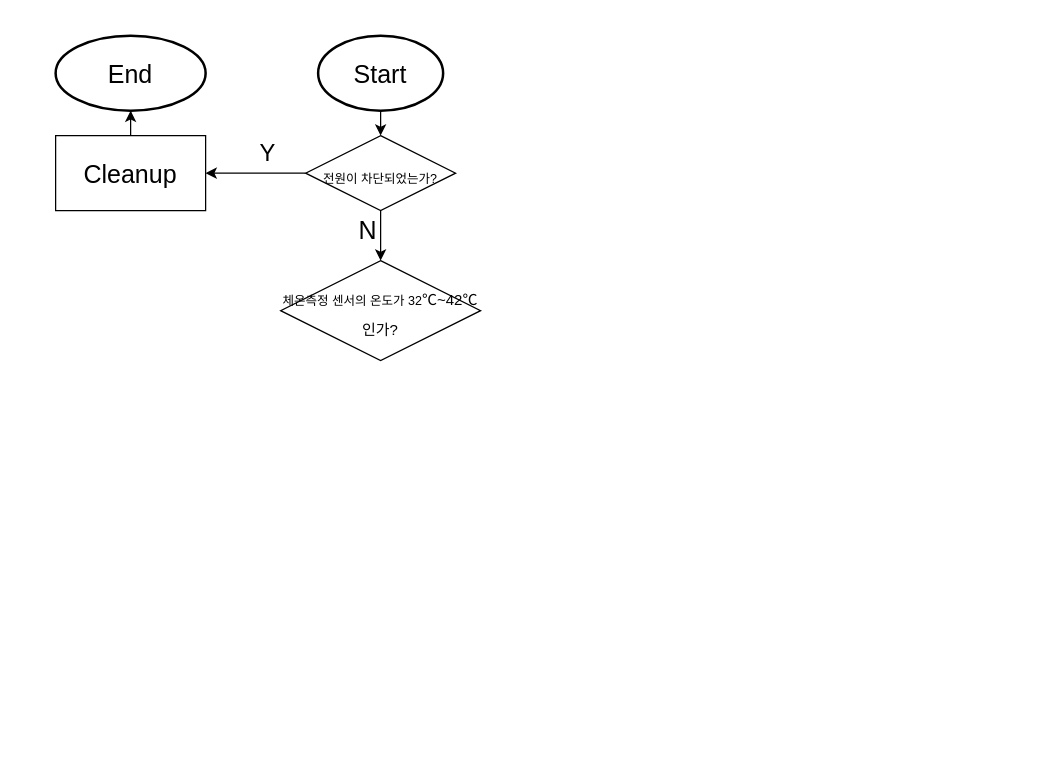
The draw.io diagram Untitled Diagram.drawio in mathjuny/mathjuny, before the edit. Source tidied: cells renumbered, new cells numbered last; positions are measured from the earlier drawing's top-left corner, leaving out a move shared by most shapes. Both pictures are drawn from the tidied source at 125%, with x=0, y=0 at pixel (55, 35).
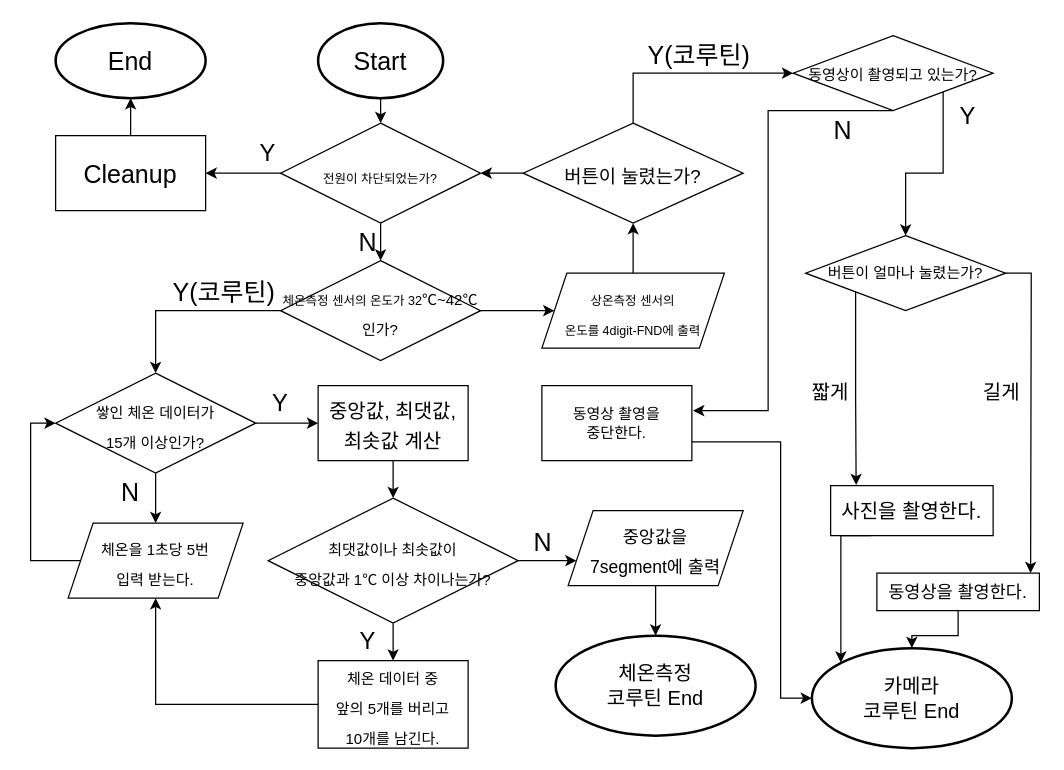
The same diagram, later.

Unchanged cells that the change refers to:
```xml
<mxCell id="11" value="&lt;font size=&quot;1&quot;&gt;체온측정 센서의 온도가 32&lt;/font&gt;&lt;span style=&quot;font-size: 12px&quot;&gt;℃~42&lt;/span&gt;&lt;span style=&quot;font-size: 12px&quot;&gt;℃인가?&lt;/span&gt;" style="rhombus;whiteSpace=wrap;html=1;fontSize=20;" parent="1" vertex="1">
  <mxGeometry x="180" y="180" width="160" height="80" as="geometry" />
</mxCell>
```

Diff of the diagram source:
```diff
@@
     <mxCell id="2" value="&lt;font style=&quot;font-size: 20px&quot;&gt;Start&lt;/font&gt;" style="strokeWidth=2;html=1;shape=mxgraph.flowchart.start_1;whiteSpace=wrap;" parent="1" vertex="1">
-      <mxGeometry x="210" width="100" height="60" as="geometry" />
+      <mxGeometry x="210" y="-10" width="100" height="60" as="geometry" />
     </mxCell>
@@
     <mxCell id="6" value="&lt;font size=&quot;1&quot;&gt;전원이 차단되었는가?&lt;/font&gt;" style="rhombus;whiteSpace=wrap;html=1;fontSize=20;" parent="1" vertex="1">
-      <mxGeometry x="200" y="80" width="120" height="60" as="geometry" />
+      <mxGeometry x="180" y="70" width="160" height="80" as="geometry" />
     </mxCell>
@@
     <mxCell id="10" value="&lt;font style=&quot;font-size: 20px&quot;&gt;End&lt;/font&gt;" style="strokeWidth=2;html=1;shape=mxgraph.flowchart.start_1;whiteSpace=wrap;" parent="1" vertex="1">
-      <mxGeometry width="120" height="60" as="geometry" />
+      <mxGeometry y="-10" width="120" height="60" as="geometry" />
     </mxCell>
+    <mxCell id="13" style="edgeStyle=orthogonalEdgeStyle;rounded=0;jettySize=auto;html=1;fontSize=20;fontColor=#000000;" parent="1" edge="1" source="11" target="16">
+      <mxGeometry relative="1" as="geometry" />
+    </mxCell>
+    <mxCell id="14" style="edgeStyle=orthogonalEdgeStyle;rounded=0;jumpStyle=none;jettySize=auto;html=1;fontSize=20;fontColor=#000000;" parent="1" edge="1" source="11" target="20">
+      <mxGeometry relative="1" as="geometry" />
+    </mxCell>
@@
     <mxCell id="12" value="&lt;font style=&quot;font-size: 20px&quot;&gt;N&lt;/font&gt;" style="text;html=1;strokeColor=none;fillColor=none;align=center;verticalAlign=middle;whiteSpace=wrap;rounded=0;labelBackgroundColor=none;fontSize=12;fontColor=#000000;" parent="1" vertex="1">
-      <mxGeometry x="220" y="140" width="60" height="30" as="geometry" />
+      <mxGeometry x="220" y="150" width="60" height="30" as="geometry" />
     </mxCell>
+    <mxCell id="15" style="edgeStyle=orthogonalEdgeStyle;rounded=0;jumpStyle=none;jettySize=auto;html=1;fontSize=12;fontColor=#000000;" parent="1" edge="1" source="16" target="39">
+      <mxGeometry relative="1" as="geometry" />
+    </mxCell>
+    <mxCell id="16" value="&lt;font style=&quot;font-size: 10px&quot;&gt;상온측정 센서의&lt;br&gt;온도를 4digit-FND에 출력&lt;br&gt;&lt;/font&gt;" style="shape=parallelogram;perimeter=parallelogramPerimeter;whiteSpace=wrap;html=1;fixedSize=1;fontSize=20;" parent="1" vertex="1">
+      <mxGeometry x="389" y="190" width="146" height="60" as="geometry" />
+    </mxCell>
+    <mxCell id="17" value="Y(코루틴)" style="text;html=1;strokeColor=none;fillColor=none;align=center;verticalAlign=middle;whiteSpace=wrap;rounded=0;labelBackgroundColor=none;fontSize=20;fontColor=#000000;" parent="1" vertex="1">
+      <mxGeometry x="80" y="190" width="110" height="30" as="geometry" />
+    </mxCell>
+    <mxCell id="18" style="edgeStyle=orthogonalEdgeStyle;rounded=0;jumpStyle=none;jettySize=auto;html=1;fontSize=12;fontColor=#000000;" parent="1" edge="1" source="20" target="22">
+      <mxGeometry relative="1" as="geometry" />
+    </mxCell>
+    <mxCell id="19" style="edgeStyle=orthogonalEdgeStyle;rounded=0;jumpStyle=none;jettySize=auto;html=1;fontSize=16;fontColor=#000000;" parent="1" edge="1" source="20" target="32">
+      <mxGeometry relative="1" as="geometry" />
+    </mxCell>
+    <mxCell id="20" value="&lt;span style=&quot;font-size: 12px&quot;&gt;쌓인 체온 데이터가&lt;br&gt;15개 이상인가?&lt;/span&gt;" style="rhombus;whiteSpace=wrap;html=1;fontSize=20;" parent="1" vertex="1">
+      <mxGeometry y="270" width="160" height="80" as="geometry" />
+    </mxCell>
+    <mxCell id="21" style="edgeStyle=orthogonalEdgeStyle;rounded=0;jumpStyle=none;jettySize=auto;html=1;fontSize=16;fontColor=#000000;" parent="1" edge="1" source="22" target="26">
+      <mxGeometry relative="1" as="geometry" />
+    </mxCell>
+    <mxCell id="22" value="&lt;font style=&quot;font-size: 16px&quot;&gt;중앙값, 최댓값, 최솟값 계산&lt;/font&gt;" style="whiteSpace=wrap;html=1;fontSize=20;" parent="1" vertex="1">
+      <mxGeometry x="210" y="280" width="120" height="60" as="geometry" />
+    </mxCell>
+    <mxCell id="23" value="Y" style="text;html=1;strokeColor=none;fillColor=none;align=center;verticalAlign=middle;whiteSpace=wrap;rounded=0;fontSize=19;" parent="1" vertex="1">
+      <mxGeometry x="150" y="280" width="60" height="30" as="geometry" />
+    </mxCell>
+    <mxCell id="24" style="edgeStyle=orthogonalEdgeStyle;rounded=0;jumpStyle=none;jettySize=auto;html=1;fontSize=12;fontColor=#000000;" parent="1" edge="1" source="26" target="28">
+      <mxGeometry relative="1" as="geometry">
+        <Array as="points">
+          <mxPoint x="410" y="420" />
+          <mxPoint x="410" y="420" />
+        </Array>
+      </mxGeometry>
+    </mxCell>
+    <mxCell id="25" style="edgeStyle=orthogonalEdgeStyle;rounded=0;jumpStyle=none;jettySize=auto;html=1;fontSize=12;fontColor=#000000;" parent="1" edge="1" source="26" target="35">
+      <mxGeometry relative="1" as="geometry">
+        <Array as="points">
+          <mxPoint x="270" y="490" />
+        </Array>
+      </mxGeometry>
+    </mxCell>
+    <mxCell id="26" value="&lt;font style=&quot;font-size: 12px&quot;&gt;최댓값이나 최솟값이&lt;br&gt;중앙값과 1℃ 이상 차이나는가?&lt;/font&gt;&lt;span style=&quot;font-size: 12px&quot;&gt;&lt;br&gt;&lt;/span&gt;" style="rhombus;whiteSpace=wrap;html=1;fontSize=20;" parent="1" vertex="1">
+      <mxGeometry x="170" y="370" width="200" height="100" as="geometry" />
+    </mxCell>
+    <mxCell id="27" style="edgeStyle=orthogonalEdgeStyle;rounded=0;jumpStyle=none;jettySize=auto;html=1;fontSize=14;fontColor=#000000;" parent="1" edge="1" source="28" target="30">
+      <mxGeometry relative="1" as="geometry">
+        <Array as="points">
+          <mxPoint x="480" y="470" />
+          <mxPoint x="480" y="470" />
+        </Array>
+      </mxGeometry>
+    </mxCell>
+    <mxCell id="28" value="&lt;font style=&quot;font-size: 14px&quot;&gt;중앙값을&lt;br&gt;7segment에 출력&lt;/font&gt;" style="shape=parallelogram;perimeter=parallelogramPerimeter;whiteSpace=wrap;html=1;fixedSize=1;fontSize=20;" parent="1" vertex="1">
+      <mxGeometry x="410" y="380" width="140" height="60" as="geometry" />
+    </mxCell>
+    <mxCell id="29" value="&lt;font style=&quot;font-size: 20px&quot;&gt;N&lt;/font&gt;" style="text;html=1;strokeColor=none;fillColor=none;align=center;verticalAlign=middle;whiteSpace=wrap;rounded=0;labelBackgroundColor=none;fontSize=12;fontColor=#000000;" parent="1" vertex="1">
+      <mxGeometry x="360" y="390" width="60" height="30" as="geometry" />
+    </mxCell>
+    <mxCell id="30" value="&lt;font style=&quot;font-size: 16px&quot;&gt;체온측정&lt;br&gt;코루틴 End&lt;/font&gt;" style="strokeWidth=2;html=1;shape=mxgraph.flowchart.start_1;whiteSpace=wrap;" parent="1" vertex="1">
+      <mxGeometry x="400" y="480" width="160" height="80" as="geometry" />
+    </mxCell>
+    <mxCell id="31" style="edgeStyle=orthogonalEdgeStyle;rounded=0;jumpStyle=none;jettySize=auto;html=1;exitX=0;exitY=0.5;exitDx=0;exitDy=0;fontSize=12;fontColor=#000000;" parent="1" edge="1" source="32" target="20">
+      <mxGeometry relative="1" as="geometry">
+        <Array as="points">
+          <mxPoint x="-20" y="420" />
+          <mxPoint x="-20" y="310" />
+        </Array>
+      </mxGeometry>
+    </mxCell>
+    <mxCell id="32" value="&lt;font style=&quot;font-size: 12px&quot;&gt;체온을 1초당 5번&lt;br&gt;입력 받는다.&lt;/font&gt;" style="shape=parallelogram;perimeter=parallelogramPerimeter;whiteSpace=wrap;html=1;fixedSize=1;fontSize=20;" parent="1" vertex="1">
+      <mxGeometry x="10" y="390" width="140" height="60" as="geometry" />
+    </mxCell>
+    <mxCell id="33" value="&lt;font style=&quot;font-size: 20px&quot;&gt;N&lt;/font&gt;" style="text;html=1;strokeColor=none;fillColor=none;align=center;verticalAlign=middle;whiteSpace=wrap;rounded=0;labelBackgroundColor=none;fontSize=12;fontColor=#000000;" parent="1" vertex="1">
+      <mxGeometry x="30" y="350" width="60" height="30" as="geometry" />
+    </mxCell>
+    <mxCell id="34" style="edgeStyle=orthogonalEdgeStyle;rounded=0;jumpStyle=none;jettySize=auto;html=1;exitX=0;exitY=0.5;exitDx=0;exitDy=0;entryX=0.5;entryY=1;entryDx=0;entryDy=0;fontSize=12;fontColor=#000000;" parent="1" edge="1" source="35" target="32">
+      <mxGeometry relative="1" as="geometry" />
+    </mxCell>
+    <mxCell id="35" value="&lt;font style=&quot;font-size: 12px&quot;&gt;체온 데이터 중&lt;br&gt;앞의 5개를 버리고&lt;br&gt;10개를 남긴다.&lt;br&gt;&lt;/font&gt;" style="whiteSpace=wrap;html=1;fontSize=20;" parent="1" vertex="1">
+      <mxGeometry x="210" y="500" width="120" height="70" as="geometry" />
+    </mxCell>
+    <mxCell id="36" value="Y" style="text;html=1;strokeColor=none;fillColor=none;align=center;verticalAlign=middle;whiteSpace=wrap;rounded=0;fontSize=19;" parent="1" vertex="1">
+      <mxGeometry x="220" y="470" width="60" height="30" as="geometry" />
+    </mxCell>
+    <mxCell id="37" style="edgeStyle=orthogonalEdgeStyle;rounded=0;jumpStyle=none;jettySize=auto;html=1;fontSize=12;fontColor=#000000;" parent="1" edge="1" source="39" target="6">
+      <mxGeometry relative="1" as="geometry" />
+    </mxCell>
+    <mxCell id="38" style="edgeStyle=orthogonalEdgeStyle;rounded=0;jumpStyle=none;jettySize=auto;html=1;fontSize=15;fontColor=#000000;" parent="1" edge="1" source="39">
+      <mxGeometry relative="1" as="geometry">
+        <mxPoint x="590" y="30" as="targetPoint" />
+        <Array as="points">
+          <mxPoint x="462" y="30" />
+          <mxPoint x="580" y="30" />
+        </Array>
+      </mxGeometry>
+    </mxCell>
+    <mxCell id="39" value="&lt;div&gt;&lt;font style=&quot;font-size: 15px&quot;&gt;버튼이 눌렸는가?&lt;/font&gt;&lt;/div&gt;" style="rhombus;whiteSpace=wrap;html=1;fontSize=20;align=center;" parent="1" vertex="1">
+      <mxGeometry x="374" y="70" width="176" height="80" as="geometry" />
+    </mxCell>
+    <mxCell id="40" value="Y(코루틴)" style="text;html=1;strokeColor=none;fillColor=none;align=center;verticalAlign=middle;whiteSpace=wrap;rounded=0;labelBackgroundColor=none;fontSize=20;fontColor=#000000;" parent="1" vertex="1">
+      <mxGeometry x="460" width="110" height="30" as="geometry" />
+    </mxCell>
+    <mxCell id="41" style="edgeStyle=orthogonalEdgeStyle;rounded=0;jumpStyle=none;jettySize=auto;html=1;exitX=0.5;exitY=1;exitDx=0;exitDy=0;fontSize=12;fontColor=#000000;" parent="1" edge="1" source="43">
+      <mxGeometry relative="1" as="geometry">
+        <mxPoint x="510" y="300" as="targetPoint" />
+        <Array as="points">
+          <mxPoint x="570" y="60" />
+          <mxPoint x="570" y="300" />
+        </Array>
+      </mxGeometry>
+    </mxCell>
+    <mxCell id="42" style="edgeStyle=orthogonalEdgeStyle;rounded=0;jumpStyle=none;jettySize=auto;html=1;exitX=1;exitY=1;exitDx=0;exitDy=0;fontSize=12;fontColor=#000000;entryX=0.5;entryY=0;entryDx=0;entryDy=0;" parent="1" edge="1" source="43" target="50">
+      <mxGeometry relative="1" as="geometry" />
+    </mxCell>
+    <mxCell id="43" value="&lt;font style=&quot;font-size: 12px&quot;&gt;동영상이 촬영되고 있는가?&lt;/font&gt;" style="rhombus;whiteSpace=wrap;html=1;labelBackgroundColor=none;fontSize=15;fontColor=#000000;align=center;" parent="1" vertex="1">
+      <mxGeometry x="590" width="160" height="60" as="geometry" />
+    </mxCell>
+    <mxCell id="44" style="edgeStyle=orthogonalEdgeStyle;rounded=0;jumpStyle=none;jettySize=auto;html=1;exitX=1;exitY=0.75;exitDx=0;exitDy=0;fontSize=12;fontColor=#000000;entryX=0;entryY=0.5;entryDx=0;entryDy=0;entryPerimeter=0;" parent="1" edge="1" source="45" target="57">
+      <mxGeometry relative="1" as="geometry">
+        <Array as="points">
+          <mxPoint x="580" y="325" />
+          <mxPoint x="580" y="530" />
+        </Array>
+      </mxGeometry>
+    </mxCell>
+    <mxCell id="45" value="동영상 촬영을&lt;br&gt;중단한다." style="rounded=0;whiteSpace=wrap;html=1;labelBackgroundColor=none;fontSize=12;fontColor=#000000;align=center;" parent="1" vertex="1">
+      <mxGeometry x="389" y="280" width="120" height="60" as="geometry" />
+    </mxCell>
+    <mxCell id="46" value="&lt;font style=&quot;font-size: 20px&quot;&gt;N&lt;/font&gt;" style="text;html=1;strokeColor=none;fillColor=none;align=center;verticalAlign=middle;whiteSpace=wrap;rounded=0;labelBackgroundColor=none;fontSize=12;fontColor=#000000;" parent="1" vertex="1">
+      <mxGeometry x="600" y="60" width="60" height="30" as="geometry" />
+    </mxCell>
+    <mxCell id="47" value="Y" style="text;html=1;strokeColor=none;fillColor=none;align=center;verticalAlign=middle;whiteSpace=wrap;rounded=0;fontSize=19;" parent="1" vertex="1">
+      <mxGeometry x="700" y="50" width="60" height="30" as="geometry" />
+    </mxCell>
+    <mxCell id="48" style="edgeStyle=orthogonalEdgeStyle;rounded=0;jumpStyle=none;jettySize=auto;html=1;exitX=0;exitY=1;exitDx=0;exitDy=0;fontSize=12;fontColor=#000000;entryX=0.157;entryY=-0.013;entryDx=0;entryDy=0;entryPerimeter=0;" parent="1" edge="1" source="50" target="52">
+      <mxGeometry relative="1" as="geometry" />
+    </mxCell>
+    <mxCell id="49" style="edgeStyle=orthogonalEdgeStyle;rounded=0;jumpStyle=none;jettySize=auto;html=1;exitX=1;exitY=0.5;exitDx=0;exitDy=0;fontSize=16;fontColor=#000000;" parent="1" edge="1" source="50">
+      <mxGeometry relative="1" as="geometry">
+        <mxPoint x="780" y="430" as="targetPoint" />
+      </mxGeometry>
+    </mxCell>
+    <mxCell id="50" value="버튼이 얼마나 눌렸는가?" style="rhombus;whiteSpace=wrap;html=1;labelBackgroundColor=none;fontSize=12;fontColor=#000000;align=center;" parent="1" vertex="1">
+      <mxGeometry x="600" y="160" width="160" height="60" as="geometry" />
+    </mxCell>
+    <mxCell id="51" style="edgeStyle=orthogonalEdgeStyle;rounded=0;jumpStyle=none;jettySize=auto;html=1;exitX=0.25;exitY=1;exitDx=0;exitDy=0;entryX=0.145;entryY=0.145;entryDx=0;entryDy=0;entryPerimeter=0;fontSize=14;fontColor=#000000;" parent="1" edge="1" source="52" target="57">
+      <mxGeometry relative="1" as="geometry">
+        <Array as="points">
+          <mxPoint x="628" y="400" />
+        </Array>
+      </mxGeometry>
+    </mxCell>
+    <mxCell id="52" value="&lt;font style=&quot;font-size: 16px&quot;&gt;사진을 촬영한다.&lt;/font&gt;" style="rounded=0;whiteSpace=wrap;html=1;labelBackgroundColor=none;fontSize=12;fontColor=#000000;align=center;" parent="1" vertex="1">
+      <mxGeometry x="620" y="360" width="130" height="40" as="geometry" />
+    </mxCell>
+    <mxCell id="53" value="&lt;font style=&quot;font-size: 16px&quot;&gt;짧게&lt;/font&gt;" style="text;html=1;strokeColor=none;fillColor=none;align=center;verticalAlign=middle;whiteSpace=wrap;rounded=0;labelBackgroundColor=none;fontSize=12;fontColor=#000000;" parent="1" vertex="1">
+      <mxGeometry x="590" y="270" width="60" height="30" as="geometry" />
+    </mxCell>
+    <mxCell id="54" value="&lt;font style=&quot;font-size: 16px&quot;&gt;길게&lt;/font&gt;" style="text;html=1;strokeColor=none;fillColor=none;align=center;verticalAlign=middle;whiteSpace=wrap;rounded=0;labelBackgroundColor=none;fontSize=12;fontColor=#000000;" parent="1" vertex="1">
+      <mxGeometry x="727" y="270" width="60" height="30" as="geometry" />
+    </mxCell>
+    <mxCell id="55" style="edgeStyle=orthogonalEdgeStyle;rounded=0;jumpStyle=none;jettySize=auto;html=1;exitX=0.5;exitY=1;exitDx=0;exitDy=0;fontSize=14;fontColor=#000000;" parent="1" edge="1" source="56" target="57">
+      <mxGeometry relative="1" as="geometry" />
+    </mxCell>
+    <mxCell id="56" value="&lt;font style=&quot;font-size: 14px&quot;&gt;동영상을 촬영한다.&lt;/font&gt;" style="rounded=0;whiteSpace=wrap;html=1;labelBackgroundColor=none;fontSize=12;fontColor=#000000;align=center;" parent="1" vertex="1">
+      <mxGeometry x="657" y="430" width="130" height="30" as="geometry" />
+    </mxCell>
+    <mxCell id="57" value="&lt;font style=&quot;font-size: 16px&quot;&gt;카메라&lt;br&gt;코루틴 End&lt;/font&gt;" style="strokeWidth=2;html=1;shape=mxgraph.flowchart.start_1;whiteSpace=wrap;" parent="1" vertex="1">
+      <mxGeometry x="605" y="490" width="160" height="80" as="geometry" />
+    </mxCell>
```
